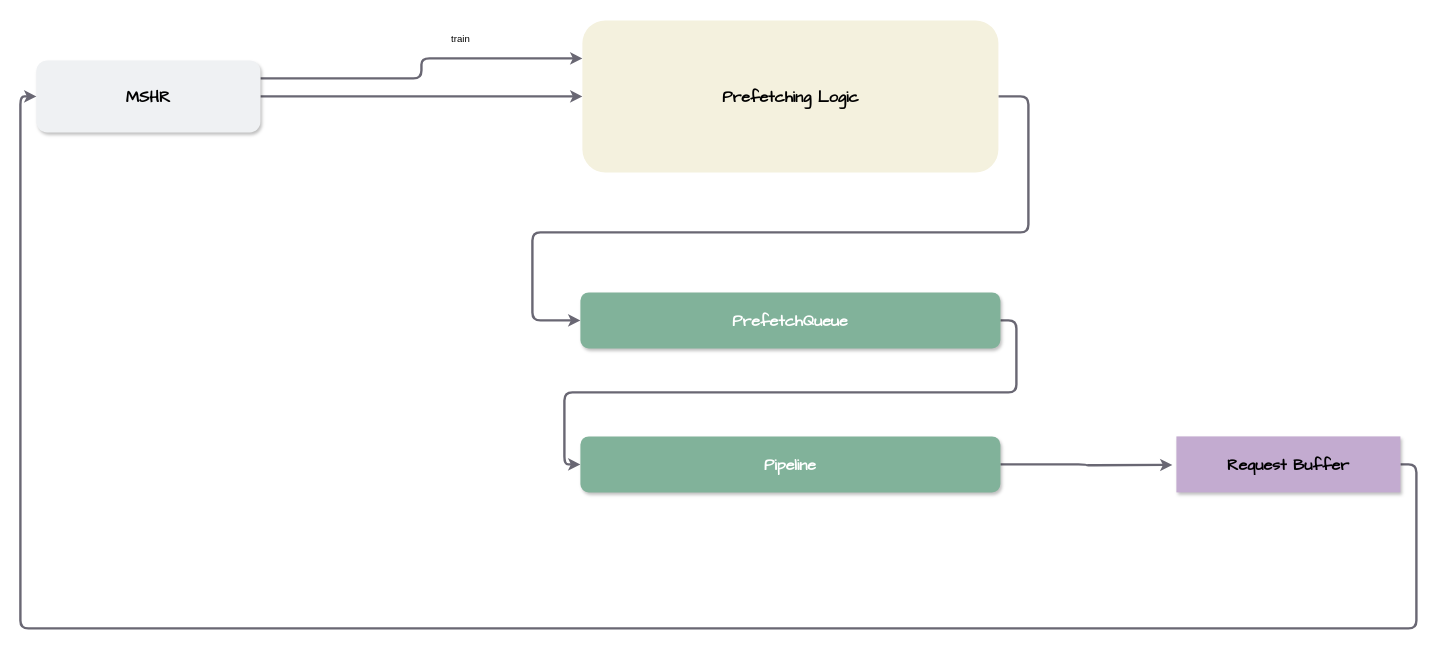
Before: page "Page-4" (4 of 5) of ampm.drawio in miaochenlu/Draw, a draw.io diagram. Source tidied: cells renumbered, new cells numbered last; positions are measured from the earlier drawing's top-left corner, leaving out a move shared by most shapes. Both pictures are drawn from the tidied source at 80%, with x=0, y=0 at pixel (20, 20).
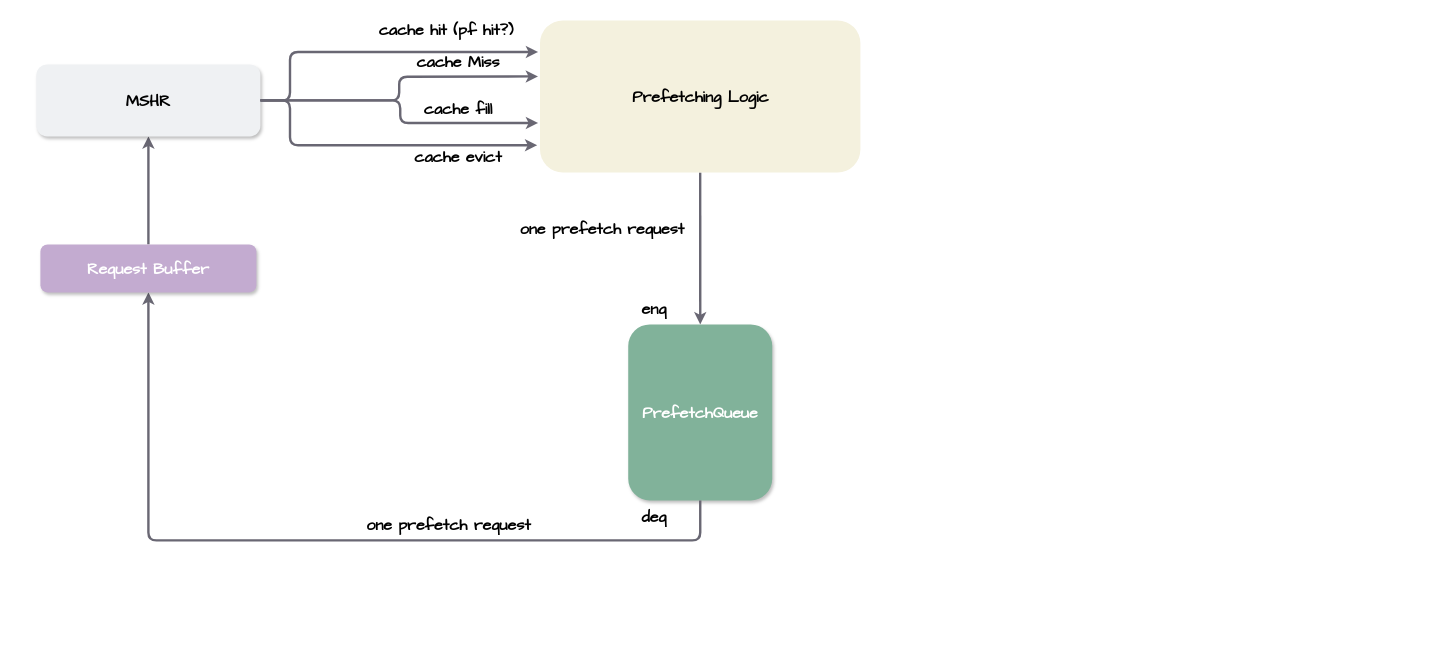
The same page after the edit.

Change to the diagram source:
```diff
@@
-    <mxCell id="2" style="edgeStyle=orthogonalEdgeStyle;rounded=1;jettySize=auto;html=1;exitX=1;exitY=0.25;exitDx=0;exitDy=0;entryX=0;entryY=0.25;entryDx=0;entryDy=0;fontSize=20;fontFamily=Comic Sans MS;strokeColor=#696773;strokeWidth=3;fontStyle=1;" parent="1" edge="1" source="4" target="6">
-      <mxGeometry relative="1" as="geometry" />
-    </mxCell>
-    <mxCell id="3" style="edgeStyle=orthogonalEdgeStyle;rounded=1;jettySize=auto;html=1;exitX=1;exitY=0.5;exitDx=0;exitDy=0;fontSize=20;fontFamily=Comic Sans MS;strokeColor=#696773;strokeWidth=3;fontStyle=1;" parent="1" edge="1" source="4" target="6">
-      <mxGeometry relative="1" as="geometry" />
-    </mxCell>
+    <mxCell id="5" style="edgeStyle=orthogonalEdgeStyle;rounded=1;jettySize=auto;html=1;exitX=0.5;exitY=1;exitDx=0;exitDy=0;fontSize=20;fontFamily=Comic Sans MS;strokeColor=#696773;strokeWidth=3;fontStyle=1;entryX=0.5;entryY=0;entryDx=0;entryDy=0;" parent="1" edge="1" source="6" target="9">
+      <mxGeometry relative="1" as="geometry" />
+    </mxCell>
+    <mxCell id="9" value="PrefetchQueue" style="whiteSpace=wrap;html=1;fontSize=20;fontFamily=Comic Sans MS;fillColor=#81b29a;strokeColor=none;fontColor=#FFFFFF;rounded=1;strokeWidth=2;shadow=1;glass=0;comic=0;gradientColor=none;fontStyle=1;" parent="1" vertex="1">
+      <mxGeometry x="759.8" y="380" width="180" height="220" as="geometry" />
+    </mxCell>
+    <mxCell id="12" style="edgeStyle=orthogonalEdgeStyle;rounded=1;jettySize=auto;html=1;exitX=0.5;exitY=0;exitDx=0;exitDy=0;entryX=0.5;entryY=1;entryDx=0;entryDy=0;fontSize=20;fontFamily=Comic Sans MS;strokeColor=#696773;strokeWidth=3;fontStyle=1;" parent="1" edge="1" source="13" target="4">
+      <mxGeometry relative="1" as="geometry" />
+    </mxCell>
+    <mxCell id="14" style="edgeStyle=orthogonalEdgeStyle;rounded=1;jettySize=auto;html=1;exitX=0.5;exitY=1;exitDx=0;exitDy=0;fontSize=20;fontFamily=Comic Sans MS;strokeColor=#696773;strokeWidth=3;fontStyle=1;entryX=0.5;entryY=1;entryDx=0;entryDy=0;" parent="1" edge="1" source="9" target="13">
+      <mxGeometry relative="1" as="geometry">
+        <Array as="points">
+          <mxPoint x="850" y="650" />
+          <mxPoint x="160" y="650" />
+        </Array>
+      </mxGeometry>
+    </mxCell>
+    <mxCell id="15" style="edgeStyle=orthogonalEdgeStyle;rounded=1;jettySize=auto;html=1;fontSize=20;fontFamily=Comic Sans MS;strokeColor=#696773;strokeWidth=3;fontStyle=1;entryX=-0.006;entryY=0.675;entryDx=0;entryDy=0;entryPerimeter=0;" parent="1" edge="1" source="4" target="6">
+      <mxGeometry relative="1" as="geometry" />
+    </mxCell>
     <mxCell id="4" value="&lt;font color=&quot;#000000&quot; style=&quot;font-size: 20px;&quot;&gt;MSHR&lt;/font&gt;" style="whiteSpace=wrap;html=1;fontSize=20;fontFamily=Comic Sans MS;fillColor=#eff1f3;strokeColor=none;fontColor=#FFFFFF;strokeWidth=2;rounded=1;shadow=1;glass=0;comic=0;gradientColor=none;fontStyle=1;" parent="1" vertex="1">
-      <mxGeometry x="20" y="50" width="280" height="90" as="geometry" />
+      <mxGeometry x="20" y="55" width="280" height="90" as="geometry" />
     </mxCell>
-    <mxCell id="5" style="edgeStyle=orthogonalEdgeStyle;rounded=1;jettySize=auto;html=1;exitX=1;exitY=0.5;exitDx=0;exitDy=0;entryX=0;entryY=0.5;entryDx=0;entryDy=0;fontSize=20;fontFamily=Comic Sans MS;strokeColor=#696773;strokeWidth=3;fontStyle=1;" parent="1" edge="1" source="6" target="9">
-      <mxGeometry relative="1" as="geometry">
-        <Array as="points">
-          <mxPoint x="1260" y="95" />
-          <mxPoint x="1260" y="265" />
-          <mxPoint x="640" y="265" />
-          <mxPoint x="640" y="375" />
-        </Array>
-      </mxGeometry>
-    </mxCell>
     <mxCell id="6" value="&lt;font color=&quot;#000000&quot;&gt;Prefetching Logic&lt;/font&gt;" style="whiteSpace=wrap;html=1;fontSize=20;fontFamily=Comic Sans MS;fillColor=#f4f1de;strokeColor=none;fontColor=#FFFFFF;strokeWidth=2;rounded=1;shadow=0;glass=0;comic=0;gradientColor=none;fontStyle=1;" parent="1" vertex="1">
-      <mxGeometry x="702.5" width="520" height="190" as="geometry" />
+      <mxGeometry x="649.5" width="400.5" height="190" as="geometry" />
     </mxCell>
-    <mxCell id="7" value="train" style="text;html=1;align=center;verticalAlign=middle;strokeColor=none;fillColor=none;" parent="1" vertex="1">
-      <mxGeometry x="525" y="8" width="50" height="30" as="geometry" />
-    </mxCell>
-    <mxCell id="8" style="edgeStyle=orthogonalEdgeStyle;rounded=1;jettySize=auto;html=1;exitX=1;exitY=0.5;exitDx=0;exitDy=0;entryX=0;entryY=0.5;entryDx=0;entryDy=0;fontSize=20;fontFamily=Comic Sans MS;strokeColor=#696773;strokeWidth=3;fontStyle=1;" parent="1" edge="1" source="9" target="11">
-      <mxGeometry relative="1" as="geometry" />
-    </mxCell>
-    <mxCell id="9" value="PrefetchQueue" style="whiteSpace=wrap;html=1;fontSize=20;fontFamily=Comic Sans MS;fillColor=#81b29a;strokeColor=none;fontColor=#FFFFFF;rounded=1;strokeWidth=2;shadow=1;glass=0;comic=0;gradientColor=none;fontStyle=1;" parent="1" vertex="1">
-      <mxGeometry x="700" y="340" width="525" height="70" as="geometry" />
-    </mxCell>
-    <mxCell id="10" style="edgeStyle=orthogonalEdgeStyle;rounded=1;jettySize=auto;html=1;exitX=1;exitY=0.5;exitDx=0;exitDy=0;fontSize=20;fontFamily=Comic Sans MS;strokeColor=#696773;strokeWidth=3;fontStyle=1;" parent="1" edge="1" source="11">
-      <mxGeometry relative="1" as="geometry">
-        <mxPoint x="1440" y="555.6" as="targetPoint" />
-      </mxGeometry>
-    </mxCell>
-    <mxCell id="11" value="Pipeline" style="whiteSpace=wrap;html=1;fontSize=20;fontFamily=Comic Sans MS;fillColor=#81b29a;strokeColor=none;fontColor=#FFFFFF;rounded=1;strokeWidth=2;shadow=1;glass=0;comic=0;gradientColor=none;fontStyle=1;" parent="1" vertex="1">
-      <mxGeometry x="700" y="520" width="525" height="70" as="geometry" />
-    </mxCell>
-    <mxCell id="12" style="edgeStyle=orthogonalEdgeStyle;rounded=1;jettySize=auto;html=1;exitX=1;exitY=0.5;exitDx=0;exitDy=0;entryX=0;entryY=0.5;entryDx=0;entryDy=0;fontSize=20;fontFamily=Comic Sans MS;strokeColor=#696773;strokeWidth=3;fontStyle=1;" parent="1" edge="1" source="13" target="4">
-      <mxGeometry relative="1" as="geometry">
-        <Array as="points">
-          <mxPoint x="1745" y="555" />
-          <mxPoint x="1745" y="760" />
-          <mxPoint y="760" />
-          <mxPoint y="95" />
-        </Array>
-      </mxGeometry>
-    </mxCell>
+    <mxCell id="16" value="cache fill" style="text;html=1;align=center;verticalAlign=middle;strokeColor=none;fillColor=none;fontSize=20;fontFamily=Comic Sans MS;fontStyle=1;" parent="1" vertex="1">
+      <mxGeometry x="492" y="90" width="110" height="40" as="geometry" />
+    </mxCell>
+    <mxCell id="17" style="edgeStyle=orthogonalEdgeStyle;rounded=1;jettySize=auto;html=1;fontSize=20;fontFamily=Comic Sans MS;strokeColor=#696773;strokeWidth=3;fontStyle=1;" parent="1" edge="1" source="4">
+      <mxGeometry relative="1" as="geometry">
+        <mxPoint x="647" y="70" as="targetPoint" />
+      </mxGeometry>
+    </mxCell>
+    <mxCell id="18" value="cache Miss" style="text;html=1;align=center;verticalAlign=middle;strokeColor=none;fillColor=none;fontSize=20;fontFamily=Comic Sans MS;fontStyle=1;" parent="1" vertex="1">
+      <mxGeometry x="482" y="32" width="130" height="40" as="geometry" />
+    </mxCell>
+    <mxCell id="19" style="edgeStyle=orthogonalEdgeStyle;rounded=1;jettySize=auto;html=1;fontSize=20;fontFamily=Comic Sans MS;strokeColor=#696773;strokeWidth=3;fontStyle=1;entryX=-0.006;entryY=0.208;entryDx=0;entryDy=0;entryPerimeter=0;" parent="1" edge="1" source="4" target="6">
+      <mxGeometry relative="1" as="geometry">
+        <Array as="points">
+          <mxPoint x="337" y="100" />
+          <mxPoint x="337" y="40" />
+        </Array>
+      </mxGeometry>
+    </mxCell>
+    <mxCell id="20" value="cache hit (pf hit?)" style="text;html=1;align=center;verticalAlign=middle;strokeColor=none;fillColor=none;fontSize=20;fontFamily=Comic Sans MS;fontStyle=1;" parent="1" vertex="1">
+      <mxGeometry x="432" y="-8" width="200" height="40" as="geometry" />
+    </mxCell>
+    <mxCell id="21" style="edgeStyle=orthogonalEdgeStyle;rounded=1;jettySize=auto;html=1;fontSize=20;fontFamily=Comic Sans MS;strokeColor=#696773;strokeWidth=3;fontStyle=1;exitX=1;exitY=0.5;exitDx=0;exitDy=0;" parent="1" edge="1" source="4">
+      <mxGeometry relative="1" as="geometry">
+        <mxPoint x="646" y="156" as="targetPoint" />
+        <Array as="points">
+          <mxPoint x="337" y="100" />
+          <mxPoint x="337" y="156" />
+        </Array>
+      </mxGeometry>
+    </mxCell>
+    <mxCell id="22" value="cache evict" style="text;html=1;align=center;verticalAlign=middle;strokeColor=none;fillColor=none;fontSize=20;fontFamily=Comic Sans MS;fontStyle=1;" parent="1" vertex="1">
+      <mxGeometry x="482" y="150" width="130" height="40" as="geometry" />
+    </mxCell>
+    <mxCell id="23" value="&lt;font face=&quot;Comic Sans MS&quot; style=&quot;font-size: 20px;&quot;&gt;one prefetch request&lt;/font&gt;" style="text;html=1;align=center;verticalAlign=middle;strokeColor=none;fillColor=none;fontStyle=1;" parent="1" vertex="1">
+      <mxGeometry x="612" y="240" width="230" height="40" as="geometry" />
+    </mxCell>
+    <mxCell id="24" value="&lt;font face=&quot;Comic Sans MS&quot; style=&quot;font-size: 20px;&quot;&gt;enq&lt;/font&gt;" style="text;html=1;align=center;verticalAlign=middle;strokeColor=none;fillColor=none;fontStyle=1;" parent="1" vertex="1">
+      <mxGeometry x="762" y="340" width="60" height="40" as="geometry" />
+    </mxCell>
+    <mxCell id="25" value="&lt;font face=&quot;Comic Sans MS&quot; style=&quot;font-size: 20px;&quot;&gt;deq&lt;/font&gt;" style="text;html=1;align=center;verticalAlign=middle;strokeColor=none;fillColor=none;fontStyle=1;" parent="1" vertex="1">
+      <mxGeometry x="762" y="600" width="60" height="40" as="geometry" />
+    </mxCell>
-    <mxCell id="13" value="Request Buffer" style="rounded=1;whiteSpace=wrap;html=1;fontFamily=Comic Sans MS;strokeWidth=2;fillColor=#C3ABD0;strokeColor=none;fontColor=default;shadow=1;glass=0;comic=0;gradientColor=none;fontStyle=1;fontSize=20;arcSize=0;" parent="1" vertex="1">
-      <mxGeometry x="1445" y="520" width="280" height="70" as="geometry" />
+    <mxCell id="13" value="Request Buffer" style="rounded=1;whiteSpace=wrap;html=1;fontSize=20;fontFamily=Comic Sans MS;fillColor=#C3ABD0;strokeColor=none;fontColor=#FFFFFF;strokeWidth=2;shadow=1;glass=0;comic=0;gradientColor=none;fontStyle=1;" parent="1" vertex="1">
+      <mxGeometry x="25" y="280" width="270" height="60" as="geometry" />
     </mxCell>
+    <mxCell id="26" value="&lt;font face=&quot;Comic Sans MS&quot; style=&quot;font-size: 20px;&quot;&gt;one prefetch request&lt;/font&gt;" style="text;html=1;align=center;verticalAlign=middle;strokeColor=none;fillColor=none;fontStyle=1;" parent="1" vertex="1">
+      <mxGeometry x="419.5" y="610" width="230" height="40" as="geometry" />
+    </mxCell>
```
